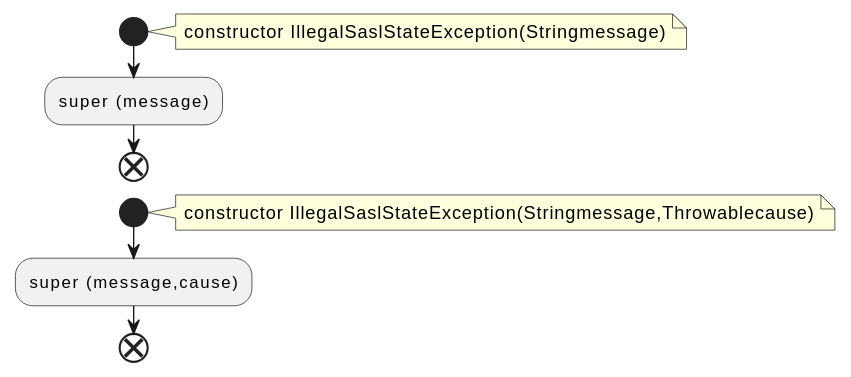
Earlier version of the PlantUML export docs/qc/clients/src/main/java/org/apache/kafka/common/errors/IllegalSaslStateException.java.fct.svg (qualitesys/kafka).
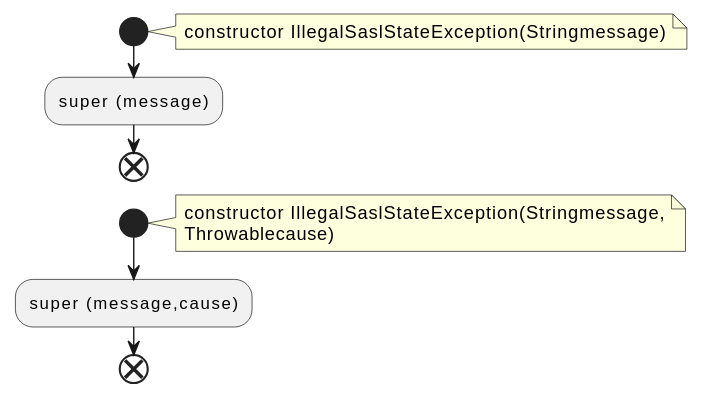
The same file after the commit.

The edit, as a diff of the source:
```diff
@@ -8,7 +8,8 @@
 end
 start
 note right
-constructor IllegalSaslStateException(Stringmessage,Throwablecause)
+constructor IllegalSaslStateException(Stringmessage,
+Throwablecause)
 end note
 :super (message,cause);
 end
```
